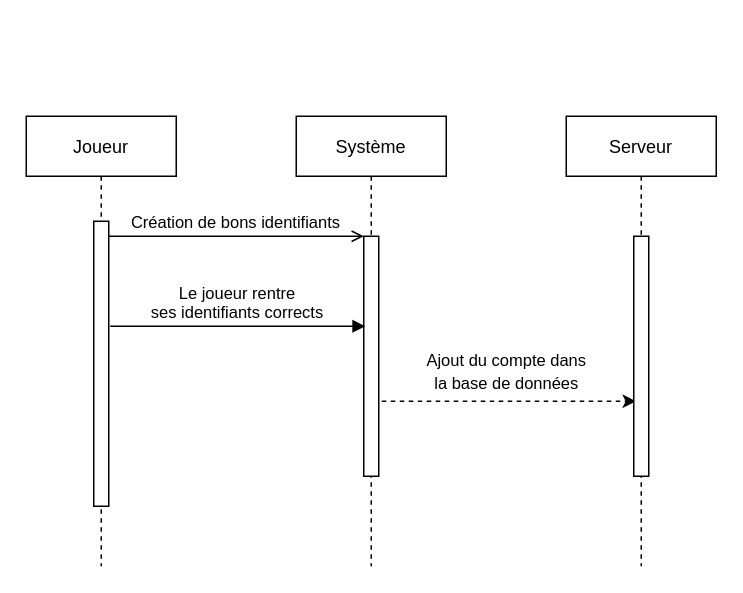
This is 1-Spécifications/Sequence/DiagrammeDeSéquence_s'identifier.drawio from Kimaaaaaaa/Plots-_Lumineux_BTS_2022-2024, a draw.io file, before an edit. Source tidied: cells renumbered, new cells numbered last; positions are measured from the earlier drawing's top-left corner, leaving out a move shared by most shapes. Both pictures are drawn from the tidied source at 150%, with x=0, y=0 at pixel (26, 116).
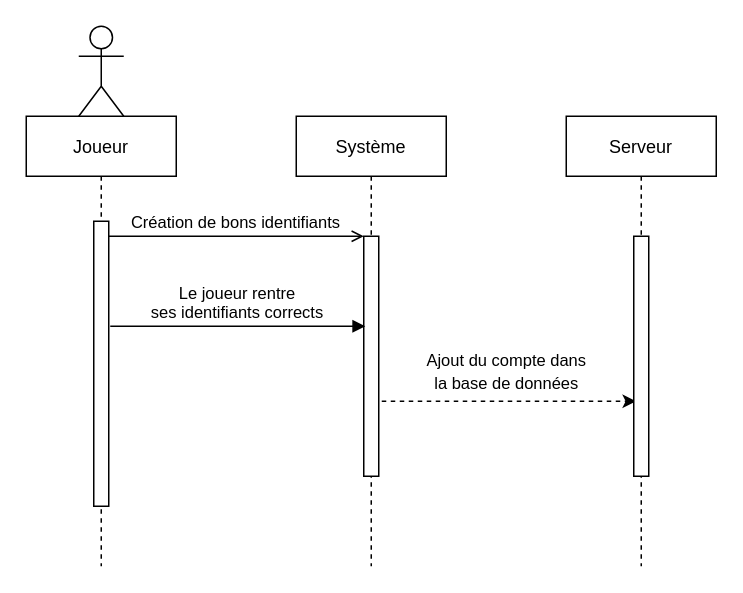
The same page after the edit.

Change to the diagram source:
```diff
@@
 <mxGraphModel>
   <root>
     <mxCell id="0" />
     <mxCell id="1" parent="0" />
     <mxCell id="2" value="Joueur" style="shape=umlLifeline;perimeter=lifelinePerimeter;rounded=0;shadow=0;strokeWidth=1;" parent="1" vertex="1">
       <mxGeometry width="100" height="300" as="geometry" />
     </mxCell>
     <mxCell id="3" style="points=[];perimeter=orthogonalPerimeter;rounded=0;shadow=0;strokeWidth=1;" parent="2" vertex="1">
       <mxGeometry x="45" y="70" width="10" height="190" as="geometry" />
     </mxCell>
     <mxCell id="4" value="Système" style="shape=umlLifeline;perimeter=lifelinePerimeter;rounded=0;shadow=0;strokeWidth=1;" parent="1" vertex="1">
       <mxGeometry x="180" width="100" height="300" as="geometry" />
     </mxCell>
     <mxCell id="5" style="points=[];perimeter=orthogonalPerimeter;rounded=0;shadow=0;strokeWidth=1;" parent="4" vertex="1">
       <mxGeometry x="45" y="80" width="10" height="160" as="geometry" />
     </mxCell>
     <mxCell id="6" style="endArrow=classic;html=1;rounded=0;dashed=1;" parent="4" edge="1">
       <mxGeometry relative="1" as="geometry">
         <mxPoint x="57" y="190" as="sourcePoint" />
         <mxPoint x="226.5" y="190" as="targetPoint" />
       </mxGeometry>
     </mxCell>
     <mxCell id="7" value="Création de bons identifiants" style="verticalAlign=bottom;endArrow=open;entryX=0;entryY=0;shadow=0;strokeWidth=1;endFill=0;" parent="1" edge="1" source="3" target="5">
       <mxGeometry relative="1" as="geometry" />
     </mxCell>
     <mxCell id="8" value="Le joueur rentre &#10;ses identifiants corrects" style="verticalAlign=bottom;endArrow=block;entryX=0;entryY=0;shadow=0;strokeWidth=1;" parent="1" edge="1">
       <mxGeometry relative="1" as="geometry">
         <mxPoint x="56" y="140" as="sourcePoint" />
         <mxPoint x="226" y="140" as="targetPoint" />
       </mxGeometry>
     </mxCell>
     <mxCell id="9" value="Serveur" style="shape=umlLifeline;perimeter=lifelinePerimeter;rounded=0;shadow=0;strokeWidth=1;" parent="1" vertex="1">
       <mxGeometry x="360" width="100" height="300" as="geometry" />
     </mxCell>
     <mxCell id="10" style="perimeter=orthogonalPerimeter;rounded=0;shadow=0;strokeWidth=1;" parent="9" vertex="1">
       <mxGeometry x="45" y="80" width="10" height="160" as="geometry" />
     </mxCell>
     <mxCell id="11" value="&lt;span style=&quot;font-size: 11px; background-color: rgb(255, 255, 255);&quot;&gt;Ajout du compte dans&lt;/span&gt;&lt;br style=&quot;padding: 0px; margin: 0px; font-size: 11px;&quot;&gt;&lt;span style=&quot;font-size: 11px; background-color: rgb(255, 255, 255);&quot;&gt;la base de données&lt;/span&gt;" style="text;html=1;align=center;verticalAlign=middle;strokeColor=none;fillColor=none;" parent="1" vertex="1">
       <mxGeometry x="255" y="150" width="130" height="40" as="geometry" />
     </mxCell>
+    <mxCell id="12" style="shape=umlActor;verticalLabelPosition=bottom;verticalAlign=top;html=1;" parent="1" vertex="1">
+      <mxGeometry x="35" y="-60" width="30" height="60" as="geometry" />
+    </mxCell>
   </root>
 </mxGraphModel>
```
